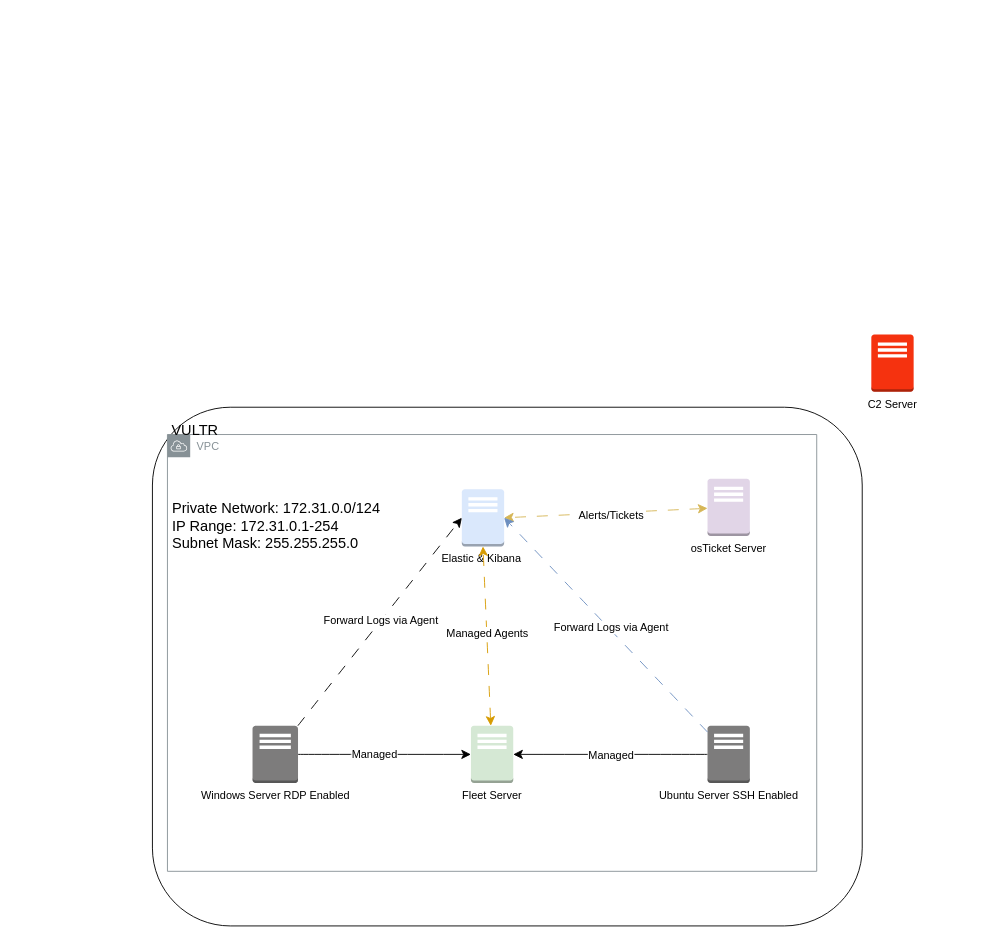
This is Untitled Diagram.drawio from DaveWells-C/practice, a draw.io file, before an edit. Source tidied: cells renumbered, new cells numbered last; positions are measured from the earlier drawing's top-left corner, leaving out a move shared by most shapes. Both pictures are drawn from the tidied source at 91%, with x=0, y=0 at pixel (152, 334).
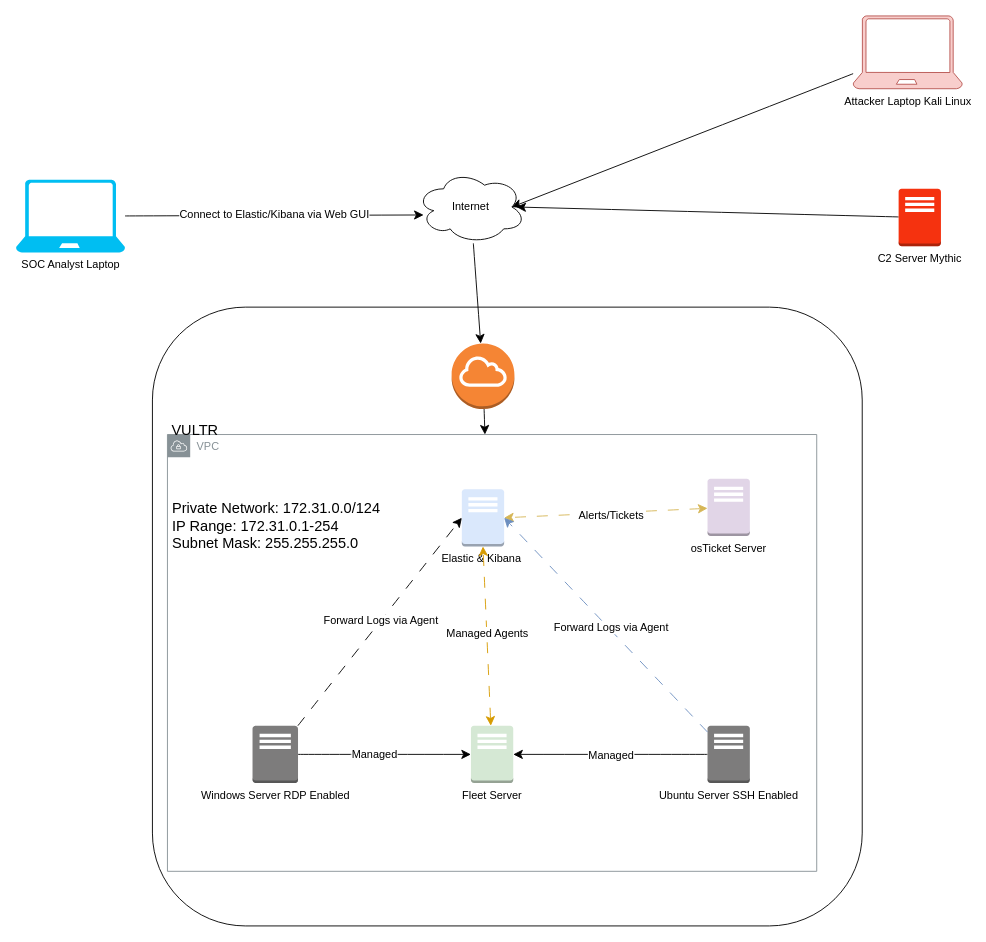
After the change.

The change refers to these unchanged cells:
```xml
<mxCell id="3" value="VPC" style="sketch=0;outlineConnect=0;gradientColor=none;html=1;whiteSpace=wrap;fontSize=12;fontStyle=0;shape=mxgraph.aws4.group;grIcon=mxgraph.aws4.group_vpc;strokeColor=#879196;fillColor=none;verticalAlign=top;align=left;spacingLeft=30;fontColor=#879196;dashed=0;" parent="1" vertex="1">
  <mxGeometry x="16.5" y="110" width="713.5" height="480" as="geometry" />
</mxCell>
```

The edit, as a diff of the source:
```diff
@@
     <mxCell id="2" style="rounded=1;whiteSpace=wrap;html=1;" parent="1" vertex="1">
-      <mxGeometry y="80" width="780" height="570" as="geometry" />
+      <mxGeometry y="-30" width="780" height="680" as="geometry" />
     </mxCell>
@@
+    <mxCell id="24" style="edgeStyle=none;curved=1;rounded=0;jettySize=auto;html=1;fontSize=12;startSize=8;endSize=8;" parent="1" edge="1" source="11">
+      <mxGeometry relative="1" as="geometry">
+        <mxPoint x="400" y="-140" as="targetPoint" />
+      </mxGeometry>
+    </mxCell>
-    <mxCell id="11" value="C2 Server" style="outlineConnect=0;dashed=0;verticalLabelPosition=bottom;verticalAlign=top;align=center;html=1;shape=mxgraph.aws3.traditional_server;fillColor=#f5320f;strokeColor=#b85450;" parent="1" vertex="1">
-      <mxGeometry x="790" width="46.5" height="63" as="geometry" />
+    <mxCell id="11" value="C2 Server Mythic" style="outlineConnect=0;dashed=0;verticalLabelPosition=bottom;verticalAlign=top;align=center;html=1;shape=mxgraph.aws3.traditional_server;fillColor=#f5320f;strokeColor=#b85450;" parent="1" vertex="1">
+      <mxGeometry x="820" y="-160" width="46.5" height="63" as="geometry" />
     </mxCell>
@@
+    <mxCell id="25" style="edgeStyle=none;curved=1;rounded=0;jettySize=auto;html=1;fontSize=12;startSize=8;endSize=8;" parent="1" edge="1" source="26" target="3">
+      <mxGeometry relative="1" as="geometry" />
+    </mxCell>
+    <mxCell id="26" style="outlineConnect=0;dashed=0;verticalLabelPosition=bottom;verticalAlign=top;align=center;html=1;shape=mxgraph.aws3.internet_gateway;fillColor=#F58534;gradientColor=none;" parent="1" vertex="1">
+      <mxGeometry x="328.8" y="10" width="69" height="72" as="geometry" />
+    </mxCell>
+    <mxCell id="27" style="edgeStyle=none;curved=1;rounded=0;jettySize=auto;html=1;fontSize=12;startSize=8;endSize=8;" parent="1" edge="1" source="28" target="26">
+      <mxGeometry relative="1" as="geometry" />
+    </mxCell>
+    <mxCell id="28" value="Internet" style="ellipse;shape=cloud;whiteSpace=wrap;html=1;" parent="1" vertex="1">
+      <mxGeometry x="290" y="-180" width="120" height="80" as="geometry" />
+    </mxCell>
+    <mxCell id="29" value="SOC Analyst Laptop" style="verticalLabelPosition=bottom;html=1;verticalAlign=top;align=center;strokeColor=none;fillColor=#00BEF2;shape=mxgraph.azure.laptop;" parent="1" vertex="1">
+      <mxGeometry x="-150" y="-170" width="120" height="80" as="geometry" />
+    </mxCell>
+    <mxCell id="30" value="Connect to Elastic/Kibana via Web GUI" style="edgeStyle=none;curved=1;rounded=0;jettySize=auto;html=1;entryX=0.067;entryY=0.609;entryDx=0;entryDy=0;entryPerimeter=0;fontSize=12;startSize=8;endSize=8;" parent="1" edge="1" source="29" target="28">
+      <mxGeometry relative="1" as="geometry" />
+    </mxCell>
+    <mxCell id="31" value="Attacker Laptop Kali Linux" style="verticalLabelPosition=bottom;html=1;verticalAlign=top;align=center;strokeColor=#b85450;fillColor=#f8cecc;shape=mxgraph.azure.laptop;" parent="1" vertex="1">
+      <mxGeometry x="770" y="-350" width="120" height="80" as="geometry" />
+    </mxCell>
+    <mxCell id="32" style="edgeStyle=none;curved=1;rounded=0;orthogonalLoop=1;jettySize=auto;html=1;exitX=0;exitY=0.5;exitDx=0;exitDy=0;exitPerimeter=0;fontSize=12;startSize=8;endSize=8;" parent="1" edge="1" source="11" target="11">
+      <mxGeometry relative="1" as="geometry" />
+    </mxCell>
+    <mxCell id="33" style="edgeStyle=none;curved=1;rounded=0;jettySize=auto;html=1;entryX=0.875;entryY=0.5;entryDx=0;entryDy=0;entryPerimeter=0;fontSize=12;startSize=8;endSize=8;" parent="1" edge="1" source="31" target="28">
+      <mxGeometry relative="1" as="geometry" />
+    </mxCell>
```
